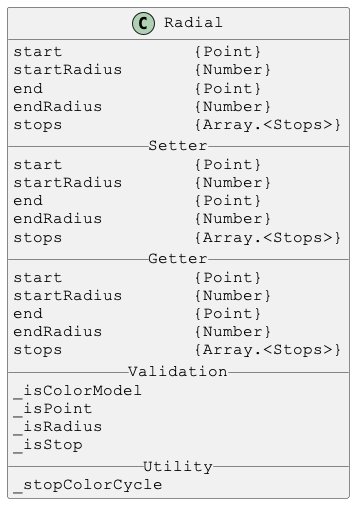
This is docs/PlantUml/images/Radial.png from Justin-Byrne/canvasLab, a PlantUML export, as it was before one commit.
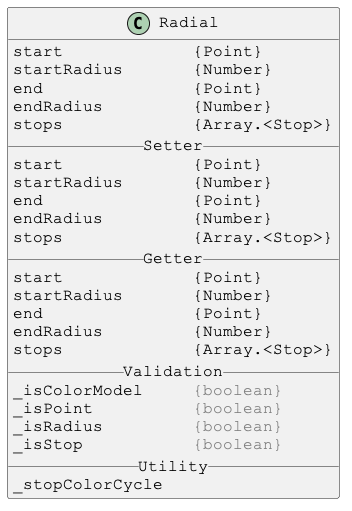
After the commit.

Change to the diagram source:
```diff
@@ -8,24 +8,24 @@
 startRadius       {Number}
 end               {Point}
 endRadius         {Number}
-stops             {Array.<Stops>}
+stops             {Array.<Stop>}
 __ Setter __
 start             {Point}
 startRadius       {Number}
 end               {Point}
 endRadius         {Number}
-stops             {Array.<Stops>}
+stops             {Array.<Stop>}
 __ Getter __
 start             {Point}
 startRadius       {Number}
 end               {Point}
 endRadius         {Number}
-stops             {Array.<Stops>}
+stops             {Array.<Stop>}
 __ Validation __
-_isColorModel
-_isPoint
-_isRadius
-_isStop
+_isColorModel     <color:gray>{boolean}</color>
+_isPoint          <color:gray>{boolean}</color>
+_isRadius         <color:gray>{boolean}</color>
+_isStop           <color:gray>{boolean}</color>
 __ Utility __
 _stopColorCycle
 }
```
